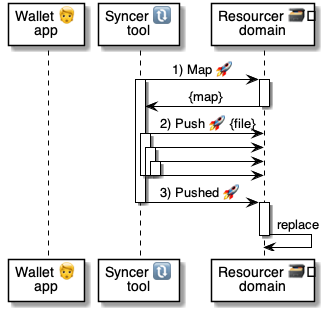
Before: 5 ⏩ Flows/77 🔃⏩ Syncer/.📎 Assets/sync.png, a diagram exported from PlantUML (pollyweb-org/pollyweb-docs). Its source is kept beside it as 5 ⏩ Flows/77 🔃⏩ Syncer/.📎 Assets/sync.puml. Source of this version:
```plantuml
@startuml Handle

participant "Wallet 🧑\napp" as wallet
participant "Syncer 🔃\ntool" as syncer
participant "Resourcer 🗃️\ndomain" as resourcer

syncer -> resourcer: 1) Map 🚀
activate syncer

    activate resourcer
        resourcer -> syncer: {map}
    deactivate resourcer

    syncer -> resourcer: 2) Push 🚀 {file}

    activate syncer
        syncer -> resourcer
        activate syncer
            syncer -> resourcer
            activate syncer
                syncer -> resourcer
            deactivate syncer
        deactivate syncer
    deactivate syncer

    syncer -> resourcer: 3) Pushed 🚀
deactivate syncer

activate resourcer
    resourcer -> resourcer: replace
deactivate resourcer


@enduml
```
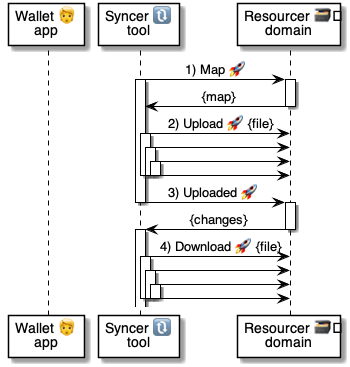
The same file after the commit.

The edit, as a diff of the source:
```diff
@@ -11,7 +11,7 @@
         resourcer -> syncer: {map}
     deactivate resourcer
 
-    syncer -> resourcer: 2) Push 🚀 {file}
+    syncer -> resourcer: 2) Upload 🚀 {file}
 
     activate syncer
         syncer -> resourcer
@@ -23,12 +23,23 @@
         deactivate syncer
     deactivate syncer
 
-    syncer -> resourcer: 3) Pushed 🚀
+    syncer -> resourcer: 3) Uploaded 🚀
 deactivate syncer
 
 activate resourcer
-    resourcer -> resourcer: replace
+    resourcer -> syncer: {changes}
 deactivate resourcer
 
+activate syncer
+    syncer -> resourcer: 4) Download 🚀 {file}
+    activate syncer
+        syncer -> resourcer
+        activate syncer
+            syncer -> resourcer
+            activate syncer
+                syncer -> resourcer
+            deactivate syncer
+        deactivate syncer
+deactivate syncer
 
 @enduml
```
